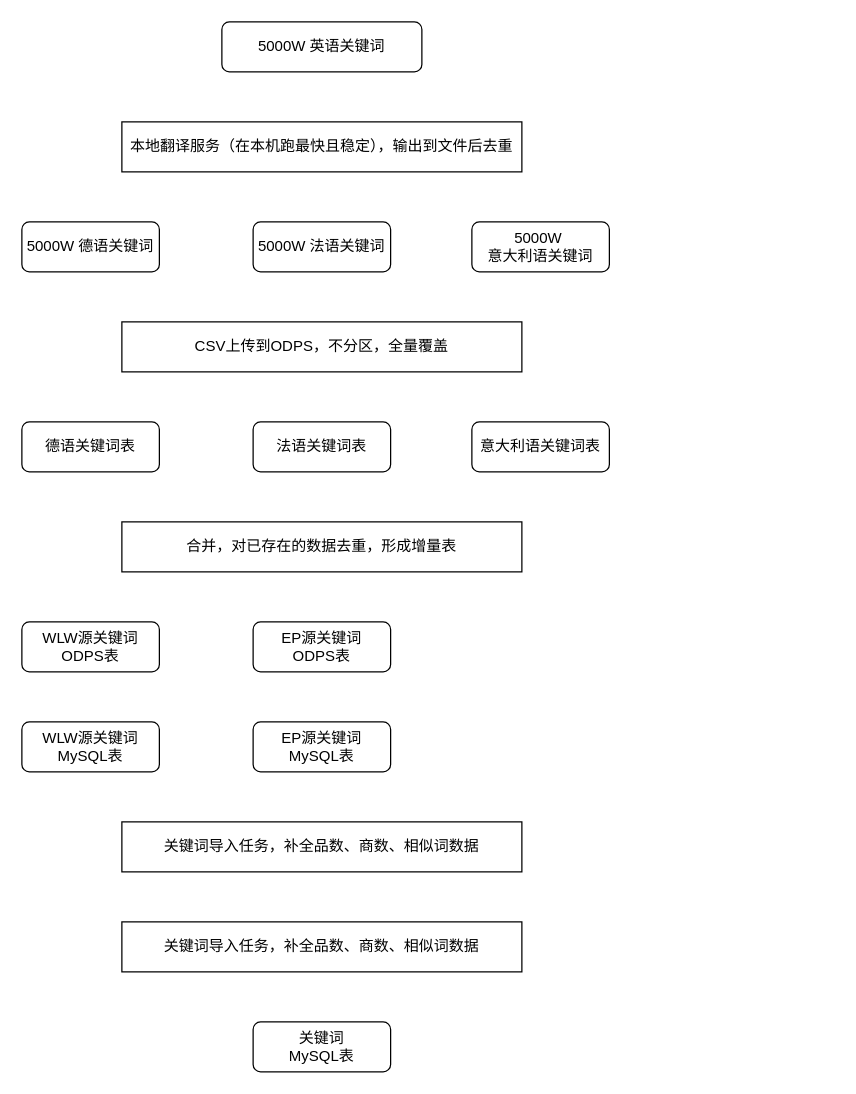
Above: drawio/大数据量关键词导入.drawio in VisableHarry/seo-drawio (draw.io), before the change. Source tidied: cells renumbered, new cells numbered last; positions are measured from the earlier drawing's top-left corner, leaving out a move shared by most shapes. Both pictures are drawn from the tidied source at 125%, with x=0, y=0 at pixel (21, 21).
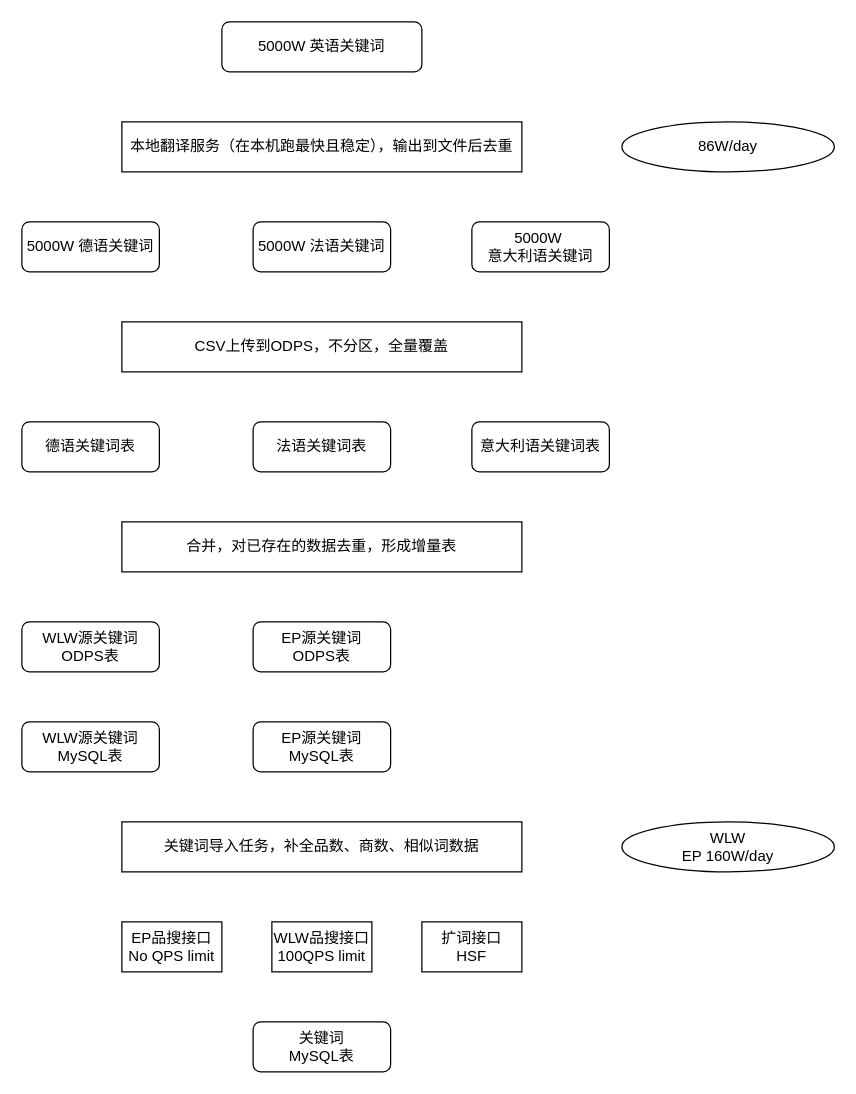
The same diagram, later.

Commit message (it also covers changes not shown here):
更新大数据量关键词导入.drawio

Diff of the diagram source:
```diff
@@
-    <mxCell id="18" value="关键词导入任务，补全品数、商数、相似词数据" style="rounded=0;whiteSpace=wrap;html=1;" parent="1" vertex="1">
-      <mxGeometry x="80" y="720" width="320" height="40" as="geometry" />
+    <mxCell id="18" value="EP品搜接口&lt;div&gt;No QPS limit&lt;/div&gt;" style="rounded=0;whiteSpace=wrap;html=1;" parent="1" vertex="1">
+      <mxGeometry x="80" y="720" width="80" height="40" as="geometry" />
     </mxCell>
+    <mxCell id="19" value="WLW品搜接口&lt;div&gt;100QPS limit&lt;br&gt;&lt;/div&gt;" style="rounded=0;whiteSpace=wrap;html=1;" parent="1" vertex="1">
+      <mxGeometry x="200" y="720" width="80" height="40" as="geometry" />
+    </mxCell>
+    <mxCell id="20" value="扩词接口&lt;div&gt;HSF&lt;/div&gt;" style="rounded=0;whiteSpace=wrap;html=1;" parent="1" vertex="1">
+      <mxGeometry x="320" y="720" width="80" height="40" as="geometry" />
+    </mxCell>
+    <mxCell id="21" value="86W/day" style="ellipse;whiteSpace=wrap;html=1;" parent="1" vertex="1">
+      <mxGeometry x="480" y="80" width="170" height="40" as="geometry" />
+    </mxCell>
+    <mxCell id="22" value="WLW&lt;div&gt;EP 160W/day&lt;/div&gt;" style="ellipse;whiteSpace=wrap;html=1;" parent="1" vertex="1">
+      <mxGeometry x="480" y="640" width="170" height="40" as="geometry" />
+    </mxCell>
```
